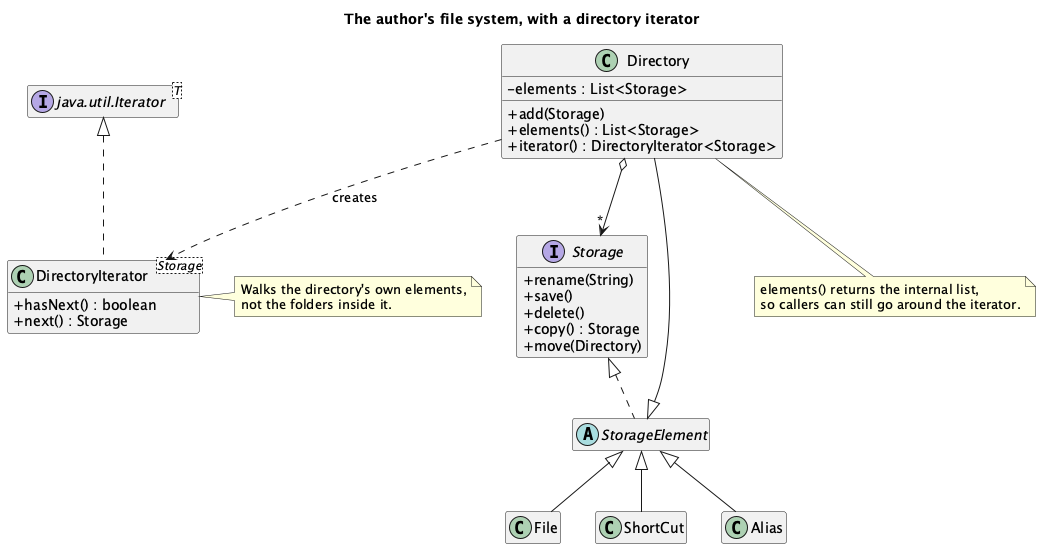
The PlantUML diagram src/main/java/dev/kaldiroglu/dp/behavioral/iterator/fileSystem/uml/Iterator - File System - Class Diagram.png in kaldiroglu/DesignPatternsWithJava, before a commit.
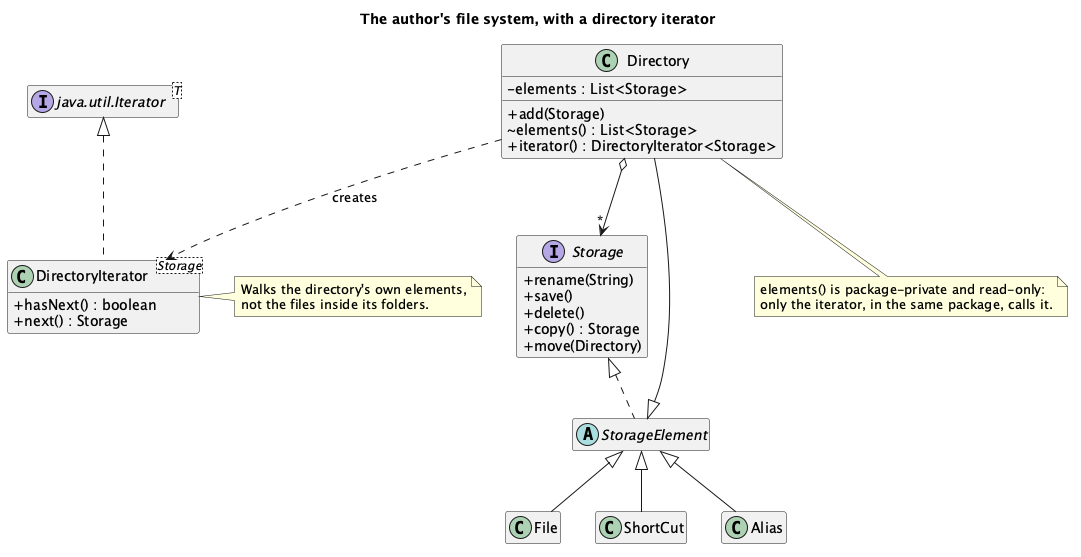
Above is the later version.

Commit message:
Iterator fileSystem: the rest of the change the previous commit left out

What changed in the source:
```diff
@@ -17,7 +17,7 @@
 class Directory {
   - elements : List<Storage>
   + add(Storage)
-  + elements() : List<Storage>
+  ~ elements() : List<Storage>
   + iterator() : DirectoryIterator<Storage>
 }
 class "DirectoryIterator<Storage>" as DI {
@@ -37,10 +37,10 @@
 
 note right of DI
   Walks the directory's own elements,
-  not the folders inside it.
+  not the files inside its folders.
 end note
 note bottom of Directory
-  elements() returns the internal list,
-  so callers can still go around the iterator.
+  elements() is package-private and read-only:
+  only the iterator, in the same package, calls it.
 end note
 @enduml
```
